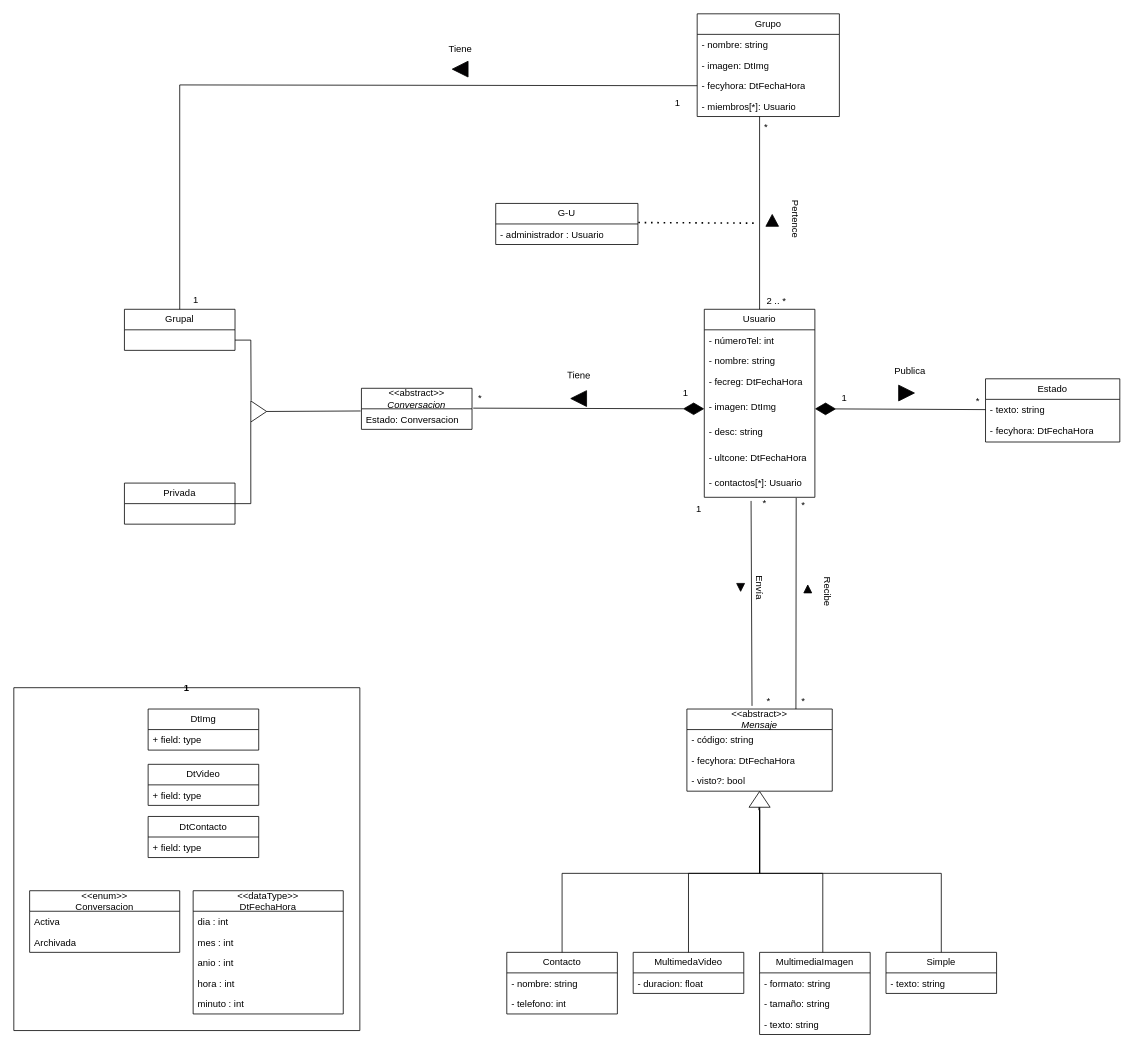
This is Lab2.drawio from rofernandezm/laboratorio2Pav2023, a draw.io file, before an edit. Source tidied: cells renumbered, new cells numbered last; positions are measured from the earlier drawing's top-left corner, leaving out a move shared by most shapes. Both pictures are drawn from the tidied source at 79%, with x=0, y=0 at pixel (13, 13).
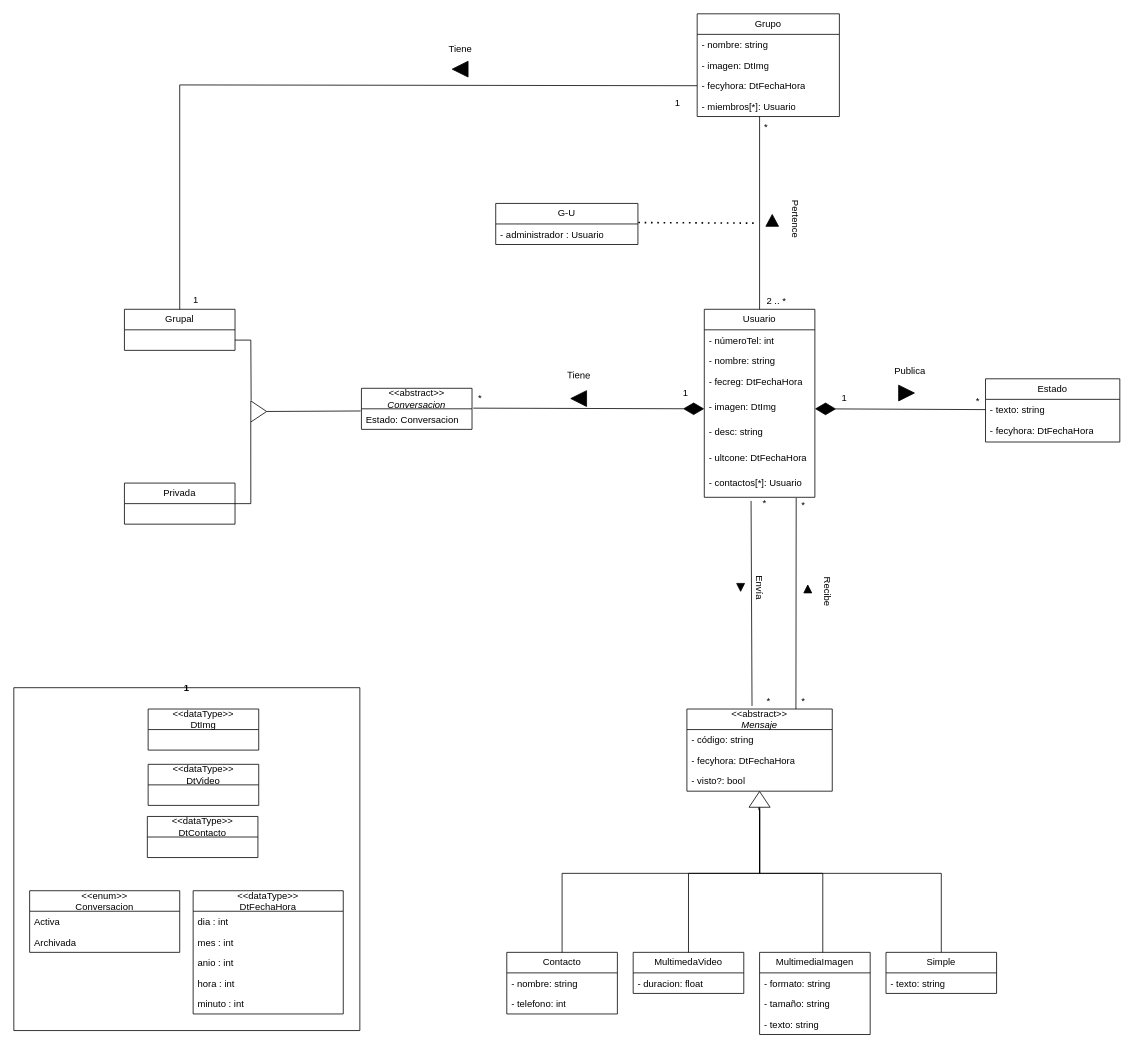
The same page after the edit.

Diff of the diagram source:
```diff
@@
-    <mxCell id="27" value="DtImg" style="swimlane;fontStyle=0;horizontal=1;startSize=26;fillColor=none;whiteSpace=wrap;html=1;" parent="1" vertex="1">
+    <mxCell id="27" value="&lt;div&gt;&amp;lt;&amp;lt;dataType&amp;gt;&amp;gt;&lt;/div&gt;&lt;div&gt;DtImg&lt;/div&gt;" style="swimlane;fontStyle=0;horizontal=1;startSize=26;fillColor=none;whiteSpace=wrap;html=1;" parent="1" vertex="1">
       <mxGeometry x="170" y="880" width="140" height="52" as="geometry" />
     </mxCell>
-    <mxCell id="28" value="+ field: type" style="text;strokeColor=none;fillColor=none;align=left;verticalAlign=top;spacingLeft=4;spacingRight=4;overflow=hidden;whiteSpace=wrap;html=1;" parent="27" vertex="1">
-      <mxGeometry y="26" width="140" height="26" as="geometry" />
-    </mxCell>
-    <mxCell id="29" value="DtVideo" style="swimlane;fontStyle=0;horizontal=1;startSize=26;fillColor=none;whiteSpace=wrap;html=1;" parent="1" vertex="1">
+    <mxCell id="29" value="&lt;div&gt;&amp;lt;&amp;lt;dataType&amp;gt;&amp;gt;&lt;/div&gt;&lt;div&gt;DtVideo&lt;/div&gt;" style="swimlane;fontStyle=0;horizontal=1;startSize=26;fillColor=none;whiteSpace=wrap;html=1;" parent="1" vertex="1">
       <mxGeometry x="170" y="950" width="140" height="52" as="geometry" />
     </mxCell>
-    <mxCell id="30" value="+ field: type" style="text;strokeColor=none;fillColor=none;align=left;verticalAlign=top;spacingLeft=4;spacingRight=4;overflow=hidden;whiteSpace=wrap;html=1;" parent="29" vertex="1">
-      <mxGeometry y="26" width="140" height="26" as="geometry" />
-    </mxCell>
@@
-    <mxCell id="39" value="DtContacto" style="swimlane;fontStyle=0;horizontal=1;startSize=26;fillColor=none;whiteSpace=wrap;html=1;" parent="1" vertex="1">
-      <mxGeometry x="170" y="1016" width="140" height="52" as="geometry" />
+    <mxCell id="39" value="&lt;div&gt;&amp;lt;&amp;lt;dataType&amp;gt;&amp;gt;&lt;/div&gt;&lt;div&gt;DtContacto&lt;/div&gt;" style="swimlane;fontStyle=0;horizontal=1;startSize=26;fillColor=none;whiteSpace=wrap;html=1;" parent="1" vertex="1">
+      <mxGeometry x="169" y="1016" width="140" height="52" as="geometry" />
     </mxCell>
-    <mxCell id="40" value="+ field: type" style="text;strokeColor=none;fillColor=none;align=left;verticalAlign=top;spacingLeft=4;spacingRight=4;overflow=hidden;whiteSpace=wrap;html=1;" parent="39" vertex="1">
-      <mxGeometry y="26" width="140" height="26" as="geometry" />
-    </mxCell>
@@
-    <mxCell id="90" value="1" style="text;html=1;align=center;verticalAlign=middle;strokeColor=none;fillColor=none;" parent="1" vertex="1">
-      <mxGeometry x="852" y="612" width="30" height="30" as="geometry" />
-    </mxCell>
```
